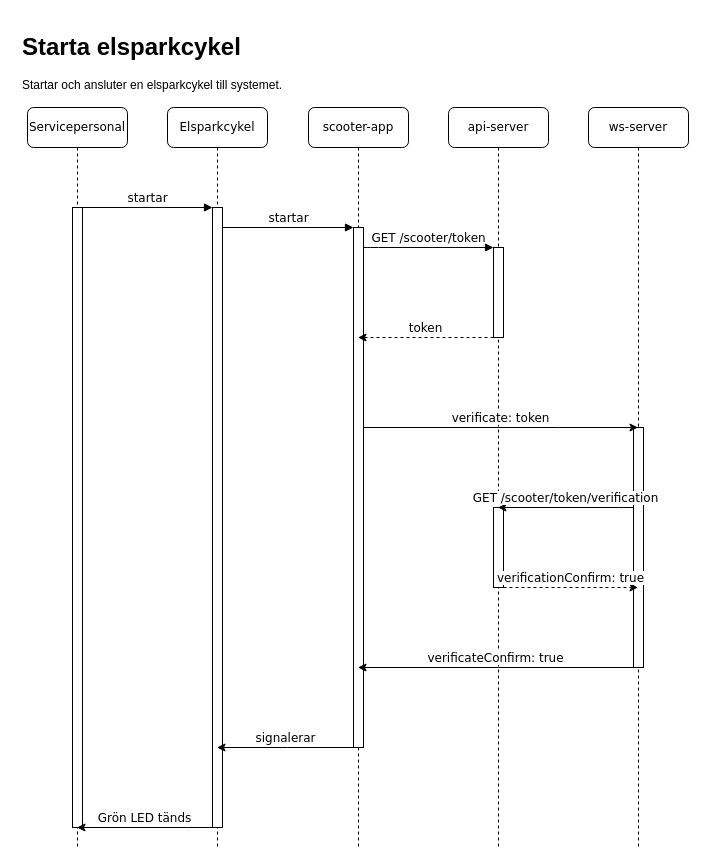
The draw.io diagram sequence-diagram1.drawio in best-scooter/sds, before the edit. Source tidied: cells renumbered, new cells numbered last; positions are measured from the earlier drawing's top-left corner, leaving out a move shared by most shapes. Both pictures are drawn from the tidied source at 100%, with x=0, y=0 at pixel (17, 27).
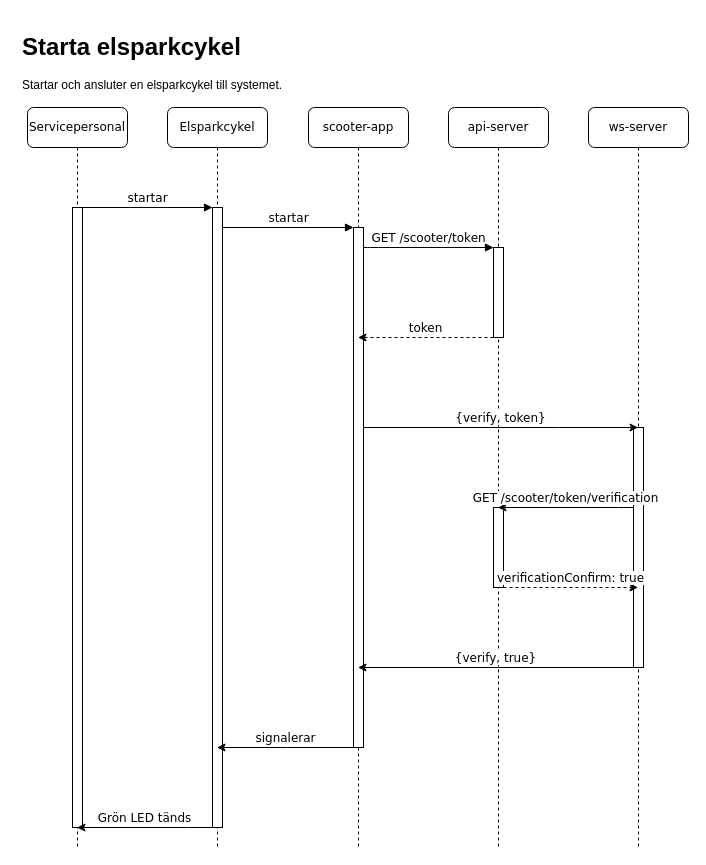
The same diagram, later.

Unchanged cells that the change refers to:
```xml
<mxCell id="4" value="scooter-app" style="shape=umlLifeline;perimeter=lifelinePerimeter;whiteSpace=wrap;html=1;outlineConnect=0;rounded=1;shadow=0;comic=0;labelBackgroundColor=none;strokeWidth=1;fontFamily=Verdana;fontSize=12;align=center;" parent="1" vertex="1">
  <mxGeometry x="291" y="80" width="100" height="740" as="geometry" />
</mxCell>
<mxCell id="5" style="html=1;points=[];perimeter=orthogonalPerimeter;rounded=0;shadow=0;comic=0;labelBackgroundColor=none;strokeWidth=1;fontFamily=Verdana;fontSize=12;align=center;" parent="4" vertex="1">
  <mxGeometry x="45" y="120" width="10" height="520" as="geometry" />
</mxCell>
<mxCell id="8" value="ws-server" style="shape=umlLifeline;perimeter=lifelinePerimeter;whiteSpace=wrap;html=1;outlineConnect=0;rounded=1;shadow=0;comic=0;labelBackgroundColor=none;strokeWidth=1;fontFamily=Verdana;fontSize=12;align=center;" parent="1" vertex="1">
  <mxGeometry x="571" y="80" width="100" height="740" as="geometry" />
</mxCell>
<mxCell id="9" style="html=1;points=[[0,0,0,0,5],[0,1,0,0,-5],[1,0,0,0,5],[1,1,0,0,-5]];perimeter=orthogonalPerimeter;outlineConnect=0;targetShapes=umlLifeline;portConstraint=eastwest;newEdgeStyle={&quot;curved&quot;:0,&quot;rounded&quot;:0};" parent="8" vertex="1">
  <mxGeometry x="45" y="320" width="10" height="240" as="geometry" />
</mxCell>
```

Change to the diagram source:
```diff
@@
-    <mxCell id="17" value="verificate: token" style="edgeStyle=orthogonalEdgeStyle;rounded=0;jettySize=auto;html=1;align=center;labelPosition=center;verticalLabelPosition=top;verticalAlign=bottom;fontFamily=Verdana;fontSize=12;" parent="1" edge="1" source="5" target="8">
+    <mxCell id="17" value="{verify, token}" style="edgeStyle=orthogonalEdgeStyle;rounded=0;jettySize=auto;html=1;align=center;labelPosition=center;verticalLabelPosition=top;verticalAlign=bottom;fontFamily=Verdana;fontSize=12;" parent="1" edge="1" source="5" target="8">
       <mxGeometry relative="1" as="geometry">
         <Array as="points">
           <mxPoint x="541" y="400" />
           <mxPoint x="541" y="400" />
         </Array>
       </mxGeometry>
     </mxCell>
-    <mxCell id="18" value="verificateConfirm: true" style="edgeStyle=orthogonalEdgeStyle;rounded=0;jettySize=auto;html=1;curved=0;labelPosition=center;verticalLabelPosition=top;align=center;verticalAlign=bottom;fontFamily=Verdana;fontSize=12;" parent="1" edge="1" source="9" target="4">
+    <mxCell id="18" value="{verify, true}" style="edgeStyle=orthogonalEdgeStyle;rounded=0;jettySize=auto;html=1;curved=0;labelPosition=center;verticalLabelPosition=top;align=center;verticalAlign=bottom;fontFamily=Verdana;fontSize=12;" parent="1" edge="1" source="9" target="4">
       <mxGeometry relative="1" as="geometry">
         <Array as="points">
           <mxPoint x="481" y="640" />
           <mxPoint x="481" y="640" />
         </Array>
       </mxGeometry>
     </mxCell>
```
